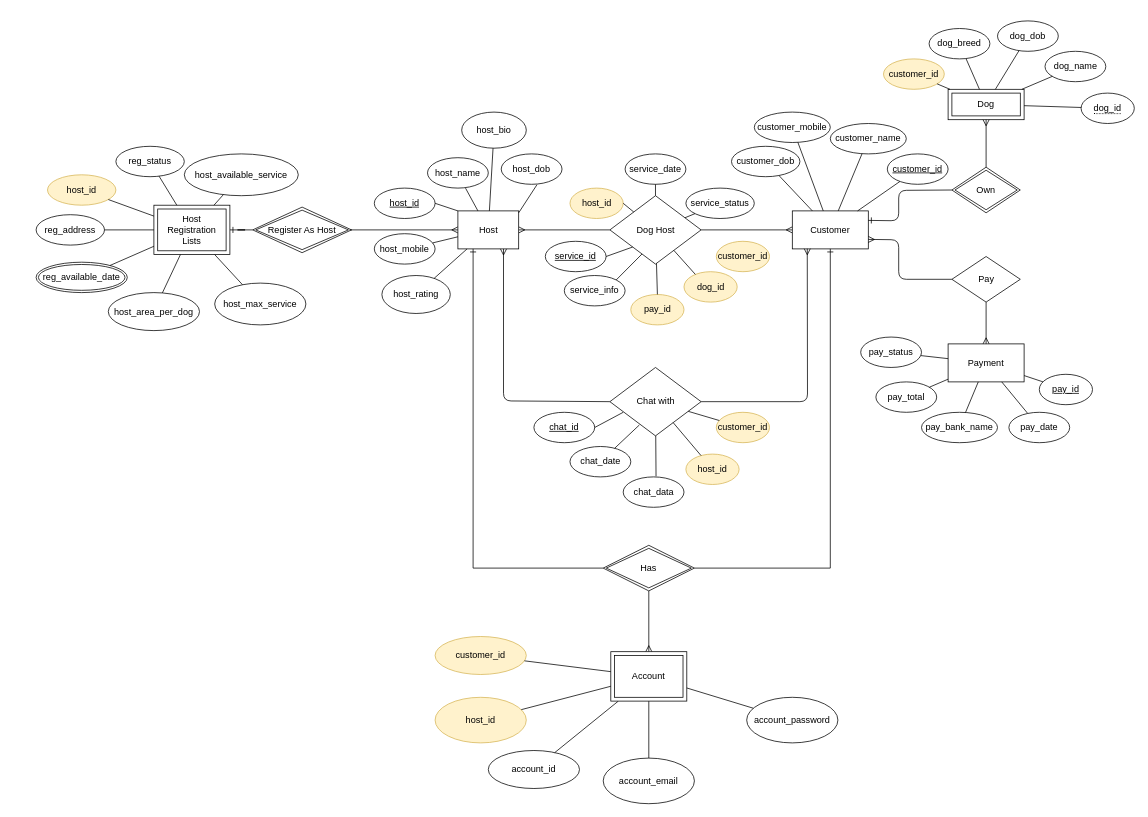
Before: ProjectProcesses/HostDog_6ERD/ERD.drawio in Hostdogs/Project_Hostdog, a draw.io diagram. Source tidied: cells renumbered, new cells numbered last; positions are measured from the earlier drawing's top-left corner, leaving out a move shared by most shapes. Both pictures are drawn from the tidied source at 76%, with x=0, y=0 at pixel (36, 21).
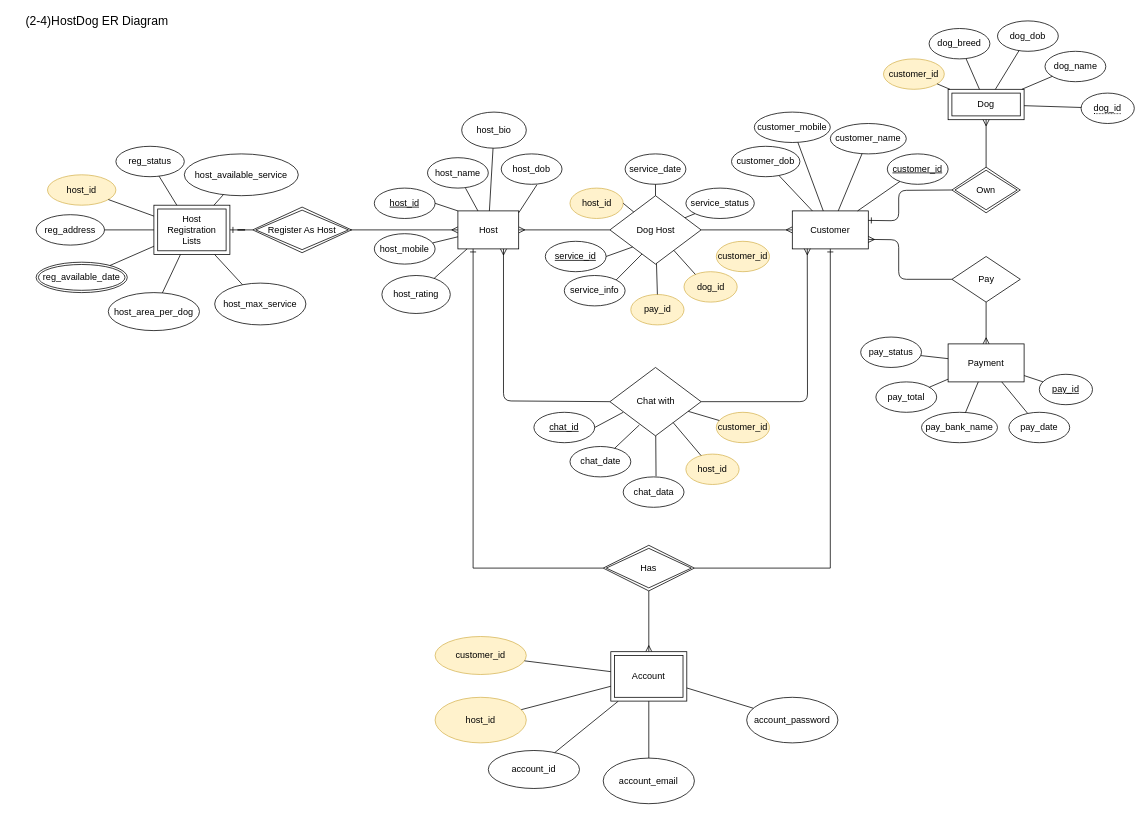
After the change.

The edit, as a diff of the source:
```diff
@@
+    <mxCell id="116" value="&lt;font style=&quot;font-size: 16px&quot;&gt;(2-4)HostDog ER Diagram&amp;nbsp;&lt;/font&gt;" style="text;html=1;strokeColor=none;fillColor=none;align=center;verticalAlign=middle;whiteSpace=wrap;rounded=0;" parent="1" vertex="1">
+      <mxGeometry x="-30" y="-10" width="225" height="20" as="geometry" />
+    </mxCell>
```
